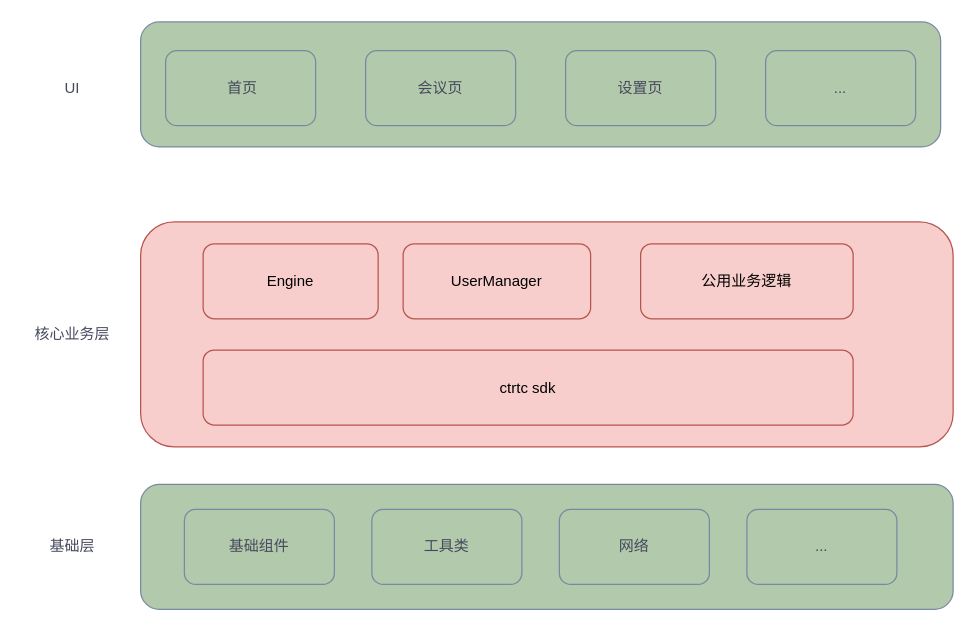
Before: aone.drawio in silan-liu/drawio, a draw.io diagram. Source tidied: cells renumbered, new cells numbered last; positions are measured from the earlier drawing's top-left corner, leaving out a move shared by most shapes. Both pictures are drawn from the tidied source at 125%, with x=0, y=0 at pixel (21, 21).
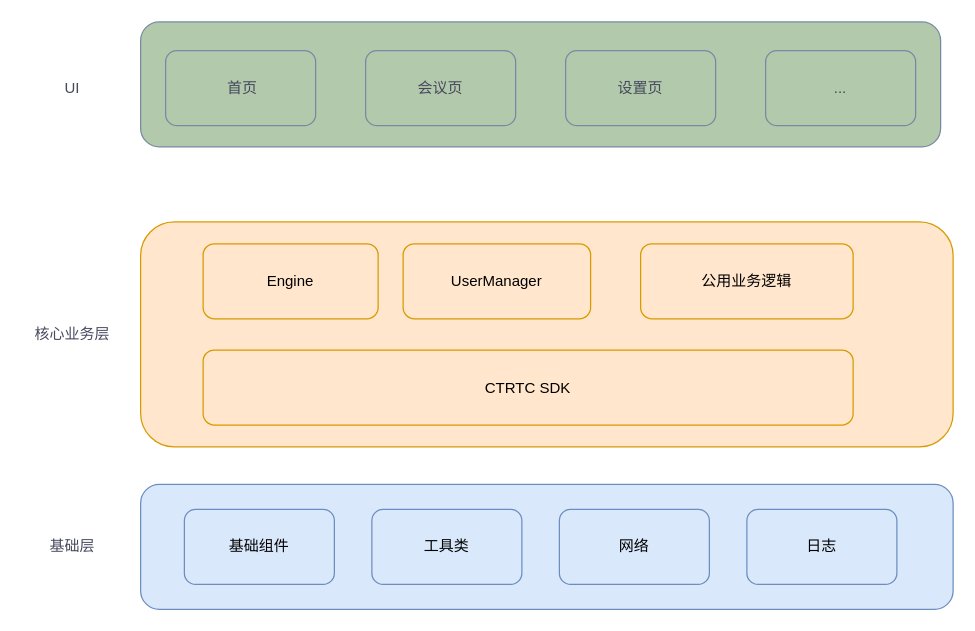
The same page after the edit.

Diff of the diagram source:
```diff
@@
 <mxGraphModel>
   <root>
     <mxCell id="0" />
     <mxCell id="1" parent="0" />
     <mxCell id="2" style="rounded=1;whiteSpace=wrap;html=1;strokeColor=#788AA3;fontColor=#46495D;fillColor=#B2C9AB;" parent="1" vertex="1">
       <mxGeometry x="95" width="640" height="100" as="geometry" />
     </mxCell>
     <mxCell id="3" value="&amp;nbsp;首页" style="rounded=1;whiteSpace=wrap;html=1;fillColor=#B2C9AB;strokeColor=#788AA3;labelBackgroundColor=none;fontColor=#46495D;" parent="1" vertex="1">
       <mxGeometry x="115" y="23" width="120" height="60" as="geometry" />
     </mxCell>
     <mxCell id="4" value="UI" style="text;html=1;align=center;verticalAlign=middle;strokeColor=none;fillColor=none;fontColor=#46495D;" parent="1" vertex="1">
       <mxGeometry x="20" y="38" width="40" height="30" as="geometry" />
     </mxCell>
     <mxCell id="5" value="会议页" style="rounded=1;whiteSpace=wrap;html=1;fillColor=#B2C9AB;strokeColor=#788AA3;labelBackgroundColor=none;fontColor=#46495D;" parent="1" vertex="1">
       <mxGeometry x="275" y="23" width="120" height="60" as="geometry" />
     </mxCell>
     <mxCell id="6" value="设置页" style="rounded=1;whiteSpace=wrap;html=1;fillColor=#B2C9AB;strokeColor=#788AA3;labelBackgroundColor=none;fontColor=#46495D;" parent="1" vertex="1">
       <mxGeometry x="435" y="23" width="120" height="60" as="geometry" />
     </mxCell>
     <mxCell id="7" value="..." style="rounded=1;whiteSpace=wrap;html=1;fillColor=#B2C9AB;strokeColor=#788AA3;labelBackgroundColor=none;fontColor=#46495D;" parent="1" vertex="1">
       <mxGeometry x="595" y="23" width="120" height="60" as="geometry" />
     </mxCell>
-    <mxCell id="8" style="rounded=1;whiteSpace=wrap;html=1;strokeColor=#b85450;fillColor=#f8cecc;" parent="1" vertex="1">
+    <mxCell id="8" style="rounded=1;whiteSpace=wrap;html=1;strokeColor=#d79b00;fillColor=#ffe6cc;" parent="1" vertex="1">
       <mxGeometry x="95" y="160" width="650" height="180" as="geometry" />
     </mxCell>
     <mxCell id="9" value="核心业务层" style="text;html=1;align=center;verticalAlign=middle;strokeColor=none;fillColor=none;fontColor=#46495D;" parent="1" vertex="1">
       <mxGeometry y="235" width="80" height="30" as="geometry" />
     </mxCell>
-    <mxCell id="10" value="Engine" style="rounded=1;whiteSpace=wrap;html=1;strokeColor=#b85450;fillColor=#f8cecc;" parent="1" vertex="1">
+    <mxCell id="10" value="Engine" style="rounded=1;whiteSpace=wrap;html=1;strokeColor=#d79b00;fillColor=#ffe6cc;" parent="1" vertex="1">
       <mxGeometry x="145" y="177.5" width="140" height="60" as="geometry" />
     </mxCell>
-    <mxCell id="11" value="UserManager" style="rounded=1;whiteSpace=wrap;html=1;strokeColor=#b85450;fillColor=#f8cecc;" parent="1" vertex="1">
+    <mxCell id="11" value="UserManager" style="rounded=1;whiteSpace=wrap;html=1;strokeColor=#d79b00;fillColor=#ffe6cc;" parent="1" vertex="1">
       <mxGeometry x="305" y="177.5" width="150" height="60" as="geometry" />
     </mxCell>
-    <mxCell id="12" value="公用业务逻辑" style="rounded=1;whiteSpace=wrap;html=1;strokeColor=#b85450;fillColor=#f8cecc;" parent="1" vertex="1">
+    <mxCell id="12" value="公用业务逻辑" style="rounded=1;whiteSpace=wrap;html=1;strokeColor=#d79b00;fillColor=#ffe6cc;" parent="1" vertex="1">
       <mxGeometry x="495" y="177.5" width="170" height="60" as="geometry" />
     </mxCell>
-    <mxCell id="13" style="rounded=1;whiteSpace=wrap;html=1;strokeColor=#788AA3;fontColor=#46495D;fillColor=#B2C9AB;" parent="1" vertex="1">
+    <mxCell id="13" style="rounded=1;whiteSpace=wrap;html=1;strokeColor=#6c8ebf;fillColor=#dae8fc;" parent="1" vertex="1">
       <mxGeometry x="95" y="370" width="650" height="100" as="geometry" />
     </mxCell>
-    <mxCell id="14" value="基础组件" style="rounded=1;whiteSpace=wrap;html=1;strokeColor=#788AA3;fontColor=#46495D;fillColor=#B2C9AB;" parent="1" vertex="1">
+    <mxCell id="14" value="基础组件" style="rounded=1;whiteSpace=wrap;html=1;strokeColor=#6c8ebf;fillColor=#dae8fc;" parent="1" vertex="1">
       <mxGeometry x="130" y="390" width="120" height="60" as="geometry" />
     </mxCell>
-    <mxCell id="15" value="工具类" style="rounded=1;whiteSpace=wrap;html=1;strokeColor=#788AA3;fontColor=#46495D;fillColor=#B2C9AB;" parent="1" vertex="1">
+    <mxCell id="15" value="工具类" style="rounded=1;whiteSpace=wrap;html=1;strokeColor=#6c8ebf;fillColor=#dae8fc;" parent="1" vertex="1">
       <mxGeometry x="280" y="390" width="120" height="60" as="geometry" />
     </mxCell>
-    <mxCell id="16" value="网络" style="rounded=1;whiteSpace=wrap;html=1;strokeColor=#788AA3;fontColor=#46495D;fillColor=#B2C9AB;" parent="1" vertex="1">
+    <mxCell id="16" value="网络" style="rounded=1;whiteSpace=wrap;html=1;strokeColor=#6c8ebf;fillColor=#dae8fc;" parent="1" vertex="1">
       <mxGeometry x="430" y="390" width="120" height="60" as="geometry" />
     </mxCell>
-    <mxCell id="17" value="..." style="rounded=1;whiteSpace=wrap;html=1;strokeColor=#788AA3;fontColor=#46495D;fillColor=#B2C9AB;" parent="1" vertex="1">
+    <mxCell id="17" value="日志" style="rounded=1;whiteSpace=wrap;html=1;strokeColor=#6c8ebf;fillColor=#dae8fc;" parent="1" vertex="1">
       <mxGeometry x="580" y="390" width="120" height="60" as="geometry" />
     </mxCell>
     <mxCell id="18" value="基础层" style="text;html=1;align=center;verticalAlign=middle;strokeColor=none;fillColor=none;fontColor=#46495D;" parent="1" vertex="1">
       <mxGeometry x="10" y="405" width="60" height="30" as="geometry" />
     </mxCell>
-    <mxCell id="19" value="ctrtc sdk" style="rounded=1;whiteSpace=wrap;html=1;strokeColor=#b85450;fillColor=#f8cecc;" parent="1" vertex="1">
+    <mxCell id="19" value="CTRTC SDK" style="rounded=1;whiteSpace=wrap;html=1;strokeColor=#d79b00;fillColor=#ffe6cc;" parent="1" vertex="1">
       <mxGeometry x="145" y="262.5" width="520" height="60" as="geometry" />
     </mxCell>
   </root>
 </mxGraphModel>
```
